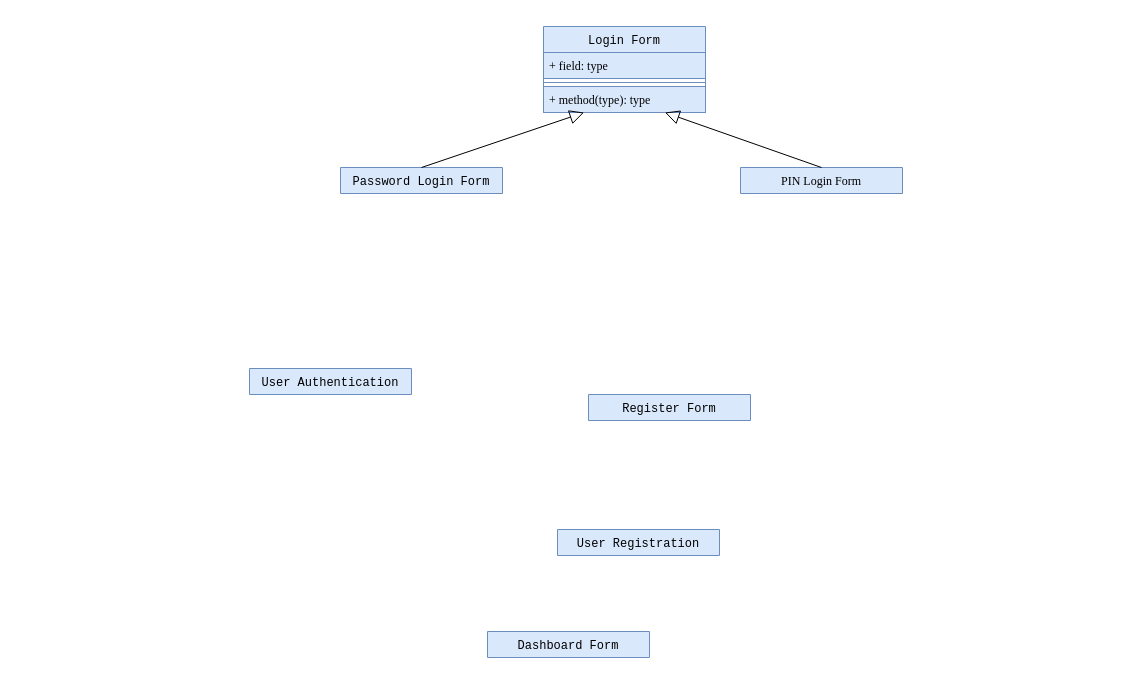
sas-arkadiusz/UPerfin keeps this draw.io diagram as Documentation/Class Diagram/Class Diagram.drawio. Above is the earlier version. Source tidied: cells renumbered, new cells numbered last; positions are measured from the earlier drawing's top-left corner, leaving out a move shared by most shapes. Both pictures are drawn from the tidied source at 100%, with x=0, y=0 at pixel (249, 26).
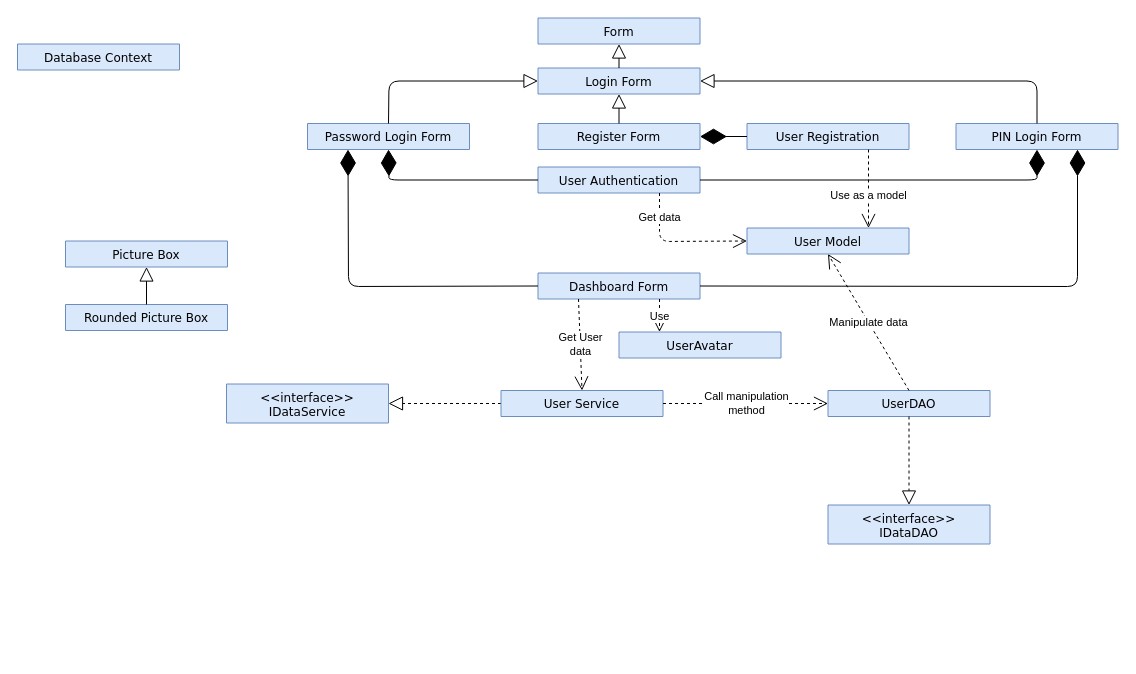
Above is the later version.

Commit message:
Updated Class Diagram -> User Model, DAO and Service

Diff of the diagram source:
```diff
@@
-    <mxCell id="2" value="Login Form" style="swimlane;fontStyle=0;align=center;verticalAlign=top;horizontal=1;startSize=26;fontFamily=Courier New;fillColor=#dae8fc;strokeColor=#6c8ebf;fontSize=12;" parent="1" vertex="1">
-      <mxGeometry x="294" width="162" height="86" as="geometry" />
+    <mxCell id="2" value="Login Form" style="swimlane;fontStyle=0;align=center;verticalAlign=top;horizontal=1;startSize=26;fontFamily=Verdana;fillColor=#dae8fc;strokeColor=#6c8ebf;fontSize=12;" parent="1" vertex="1" collapsed="1">
+      <mxGeometry x="288.5" y="41.5" width="162" height="26" as="geometry" />
     </mxCell>
-    <mxCell id="3" value="+ field: type" style="text;strokeColor=#6c8ebf;fillColor=#dae8fc;align=left;verticalAlign=top;spacingLeft=4;spacingRight=4;overflow=hidden;fontSize=12;fontFamily=Garamond;" parent="2" vertex="1">
-      <mxGeometry y="26" width="162" height="26" as="geometry" />
-    </mxCell>
-    <mxCell id="4" style="line;strokeWidth=1;fillColor=#dae8fc;align=left;verticalAlign=middle;spacingTop=-1;spacingLeft=3;spacingRight=3;labelPosition=right;strokeColor=#6c8ebf;fontSize=12;fontFamily=Garamond;" parent="2" vertex="1">
-      <mxGeometry y="52" width="162" height="8" as="geometry" />
-    </mxCell>
-    <mxCell id="5" value="+ method(type): type" style="text;strokeColor=#6c8ebf;fillColor=#dae8fc;align=left;verticalAlign=top;spacingLeft=4;spacingRight=4;overflow=hidden;fontSize=12;fontFamily=Garamond;" parent="2" vertex="1">
-      <mxGeometry y="60" width="162" height="26" as="geometry" />
-    </mxCell>
-    <mxCell id="6" value="Password Login Form" style="swimlane;fontStyle=0;align=center;verticalAlign=top;horizontal=1;startSize=26;fontFamily=Courier New;fillColor=#dae8fc;strokeColor=#6c8ebf;fontSize=12;" parent="1" vertex="1" collapsed="1">
-      <mxGeometry x="91" y="141" width="162" height="26" as="geometry" />
+    <mxCell id="6" value="Password Login Form" style="swimlane;fontStyle=0;align=center;verticalAlign=top;horizontal=1;startSize=26;fontFamily=Verdana;fillColor=#dae8fc;strokeColor=#6c8ebf;fontSize=12;" parent="1" vertex="1" collapsed="1">
+      <mxGeometry x="58" y="97" width="162" height="26" as="geometry" />
     </mxCell>
-    <mxCell id="7" value="PIN Login Form" style="swimlane;fontStyle=0;align=center;verticalAlign=top;horizontal=1;startSize=26;fontFamily=Garamond;fillColor=#dae8fc;strokeColor=#6c8ebf;fontSize=12;" parent="1" vertex="1" collapsed="1">
-      <mxGeometry x="491" y="141" width="162" height="26" as="geometry" />
+    <mxCell id="7" value="PIN Login Form" style="swimlane;fontStyle=0;align=center;verticalAlign=top;horizontal=1;startSize=26;fontFamily=Verdana;fillColor=#dae8fc;strokeColor=#6c8ebf;fontSize=12;" parent="1" vertex="1" collapsed="1">
+      <mxGeometry x="706.5" y="97" width="162" height="26" as="geometry" />
     </mxCell>
-    <mxCell id="8" style="endArrow=block;endFill=0;endSize=12;html=1;fontFamily=Courier New;fontSize=12;entryX=0.25;entryY=1;entryDx=0;entryDy=0;exitX=0.5;exitY=0;exitDx=0;exitDy=0;" parent="1" edge="1" source="6" target="2">
-      <mxGeometry relative="1" as="geometry" />
+    <mxCell id="8" style="endArrow=block;endFill=0;endSize=12;html=1;fontFamily=Verdana;fontSize=12;entryX=0;entryY=0.5;entryDx=0;entryDy=0;exitX=0.5;exitY=0;exitDx=0;exitDy=0;" parent="1" edge="1" source="6" target="2">
+      <mxGeometry relative="1" as="geometry">
+        <Array as="points">
+          <mxPoint x="139.5" y="54.5" />
+        </Array>
+      </mxGeometry>
     </mxCell>
-    <mxCell id="9" style="endArrow=block;endFill=0;endSize=12;html=1;fontFamily=Courier New;fontSize=12;entryX=0.75;entryY=1;entryDx=0;entryDy=0;exitX=0.5;exitY=0;exitDx=0;exitDy=0;" parent="1" edge="1" source="7" target="2">
-      <mxGeometry relative="1" as="geometry" />
+    <mxCell id="9" style="endArrow=block;endFill=0;endSize=12;html=1;fontFamily=Verdana;fontSize=12;entryX=1;entryY=0.5;entryDx=0;entryDy=0;exitX=0.5;exitY=0;exitDx=0;exitDy=0;" parent="1" edge="1" source="7" target="2">
+      <mxGeometry relative="1" as="geometry">
+        <Array as="points">
+          <mxPoint x="787.5" y="54.5" />
+        </Array>
+      </mxGeometry>
     </mxCell>
-    <mxCell id="10" value="User Authentication" style="swimlane;fontStyle=0;align=center;verticalAlign=top;horizontal=1;startSize=26;fontFamily=Courier New;fillColor=#dae8fc;strokeColor=#6c8ebf;fontSize=12;" parent="1" vertex="1" collapsed="1">
-      <mxGeometry y="342" width="162" height="26" as="geometry" />
+    <mxCell id="10" value="User Authentication" style="swimlane;fontStyle=0;align=center;verticalAlign=top;horizontal=1;startSize=26;fontFamily=Verdana;fillColor=#dae8fc;strokeColor=#6c8ebf;fontSize=12;" parent="1" vertex="1" collapsed="1">
+      <mxGeometry x="288.5" y="140.5" width="162" height="26" as="geometry" />
     </mxCell>
-    <mxCell id="11" value="Register Form" style="swimlane;fontStyle=0;align=center;verticalAlign=top;horizontal=1;startSize=26;fontFamily=Courier New;fillColor=#dae8fc;strokeColor=#6c8ebf;fontSize=12;" parent="1" vertex="1" collapsed="1">
-      <mxGeometry x="339" y="368" width="162" height="26" as="geometry" />
+    <mxCell id="11" value="Register Form" style="swimlane;fontStyle=0;align=center;verticalAlign=top;horizontal=1;startSize=26;fontFamily=Verdana;fillColor=#dae8fc;strokeColor=#6c8ebf;fontSize=12;" parent="1" vertex="1" collapsed="1">
+      <mxGeometry x="288.5" y="97" width="162" height="26" as="geometry" />
     </mxCell>
-    <mxCell id="12" value="User Registration" style="swimlane;fontStyle=0;align=center;verticalAlign=top;horizontal=1;startSize=26;fontFamily=Courier New;fillColor=#dae8fc;strokeColor=#6c8ebf;fontSize=12;" parent="1" vertex="1" collapsed="1">
-      <mxGeometry x="308" y="503" width="162" height="26" as="geometry" />
+    <mxCell id="12" value="User Registration" style="swimlane;fontStyle=0;align=center;verticalAlign=top;horizontal=1;startSize=26;fontFamily=Verdana;fillColor=#dae8fc;strokeColor=#6c8ebf;fontSize=12;" parent="1" vertex="1" collapsed="1">
+      <mxGeometry x="497.5" y="97" width="162" height="26" as="geometry" />
     </mxCell>
-    <mxCell id="13" value="Dashboard Form" style="swimlane;fontStyle=0;align=center;verticalAlign=top;horizontal=1;startSize=26;fontFamily=Courier New;fillColor=#dae8fc;strokeColor=#6c8ebf;fontSize=12;" parent="1" vertex="1" collapsed="1">
-      <mxGeometry x="238" y="605" width="162" height="26" as="geometry" />
+    <mxCell id="13" value="Dashboard Form" style="swimlane;fontStyle=0;align=center;verticalAlign=top;horizontal=1;startSize=26;fontFamily=Verdana;fillColor=#dae8fc;strokeColor=#6c8ebf;fontSize=12;" parent="1" vertex="1" collapsed="1">
+      <mxGeometry x="288.5" y="246.5" width="162" height="26" as="geometry" />
     </mxCell>
+    <mxCell id="14" style="endArrow=diamondThin;endFill=1;endSize=24;html=1;entryX=0.5;entryY=1;entryDx=0;entryDy=0;exitX=0;exitY=0.5;exitDx=0;exitDy=0;" parent="1" edge="1" source="10" target="6">
+      <mxGeometry relative="1" as="geometry">
+        <Array as="points">
+          <mxPoint x="139.5" y="153.5" />
+        </Array>
+      </mxGeometry>
+    </mxCell>
+    <mxCell id="15" style="endArrow=diamondThin;endFill=1;endSize=24;html=1;entryX=0.5;entryY=1;entryDx=0;entryDy=0;exitX=1;exitY=0.5;exitDx=0;exitDy=0;" parent="1" edge="1" source="10" target="7">
+      <mxGeometry relative="1" as="geometry">
+        <Array as="points">
+          <mxPoint x="787.5" y="153.5" />
+        </Array>
+      </mxGeometry>
+    </mxCell>
+    <mxCell id="16" style="endArrow=block;endFill=0;endSize=12;html=1;fontFamily=Verdana;fontSize=12;entryX=0.5;entryY=1;entryDx=0;entryDy=0;exitX=0.5;exitY=0;exitDx=0;exitDy=0;" parent="1" edge="1" source="11" target="2">
+      <mxGeometry relative="1" as="geometry" />
+    </mxCell>
+    <mxCell id="17" style="endArrow=diamondThin;endFill=1;endSize=24;html=1;entryX=1;entryY=0.5;entryDx=0;entryDy=0;exitX=0;exitY=0.5;exitDx=0;exitDy=0;" parent="1" edge="1" source="12" target="11">
+      <mxGeometry relative="1" as="geometry" />
+    </mxCell>
+    <mxCell id="18" value="Form&#10;" style="swimlane;fontStyle=0;align=center;verticalAlign=top;horizontal=1;startSize=26;fontFamily=Verdana;fillColor=#dae8fc;strokeColor=#6c8ebf;fontSize=12;" parent="1" vertex="1" collapsed="1">
+      <mxGeometry x="288.5" y="-8.5" width="162" height="26" as="geometry" />
+    </mxCell>
+    <mxCell id="19" style="endArrow=block;endFill=0;endSize=12;html=1;fontFamily=Verdana;fontSize=12;entryX=0.5;entryY=1;entryDx=0;entryDy=0;exitX=0.5;exitY=0;exitDx=0;exitDy=0;" parent="1" edge="1" source="2" target="18">
+      <mxGeometry relative="1" as="geometry" />
+    </mxCell>
+    <mxCell id="20" value="User Model" style="swimlane;fontStyle=0;align=center;verticalAlign=top;horizontal=1;startSize=26;fontFamily=Verdana;fillColor=#dae8fc;strokeColor=#6c8ebf;fontSize=12;" parent="1" vertex="1" collapsed="1">
+      <mxGeometry x="497.5" y="201.5" width="162" height="26" as="geometry" />
+    </mxCell>
+    <mxCell id="21" value="Use as a model" style="endArrow=open;endSize=12;dashed=1;html=1;exitX=0.75;exitY=1;exitDx=0;exitDy=0;entryX=0.75;entryY=0;entryDx=0;entryDy=0;" parent="1" edge="1" source="12" target="20">
+      <mxGeometry x="0.17" relative="1" as="geometry" />
+    </mxCell>
+    <mxCell id="22" value="Get data" style="endArrow=open;endSize=12;dashed=1;html=1;entryX=0;entryY=0.5;entryDx=0;entryDy=0;exitX=0.75;exitY=1;exitDx=0;exitDy=0;" parent="1" edge="1" source="10" target="20">
+      <mxGeometry x="-0.64" relative="1" as="geometry">
+        <Array as="points">
+          <mxPoint x="410" y="215" />
+        </Array>
+      </mxGeometry>
+    </mxCell>
+    <mxCell id="23" style="endArrow=diamondThin;endFill=1;endSize=24;html=1;entryX=0.25;entryY=1;entryDx=0;entryDy=0;exitX=0;exitY=0.5;exitDx=0;exitDy=0;" parent="1" edge="1" source="13" target="6">
+      <mxGeometry relative="1" as="geometry">
+        <Array as="points">
+          <mxPoint x="99" y="260" />
+        </Array>
+      </mxGeometry>
+    </mxCell>
+    <mxCell id="24" style="endArrow=diamondThin;endFill=1;endSize=24;html=1;entryX=0.75;entryY=1;entryDx=0;entryDy=0;exitX=1;exitY=0.5;exitDx=0;exitDy=0;" parent="1" edge="1" source="13" target="7">
+      <mxGeometry relative="1" as="geometry">
+        <Array as="points">
+          <mxPoint x="828" y="260" />
+        </Array>
+      </mxGeometry>
+    </mxCell>
+    <mxCell id="25" value="Database Context" style="swimlane;fontStyle=0;align=center;verticalAlign=top;horizontal=1;startSize=26;fontFamily=Verdana;fillColor=#dae8fc;strokeColor=#6c8ebf;fontSize=12;" parent="1" vertex="1" collapsed="1">
+      <mxGeometry x="-232" y="17.5" width="162" height="26" as="geometry" />
+    </mxCell>
+    <mxCell id="26" value="Rounded Picture Box" style="swimlane;fontStyle=0;align=center;verticalAlign=top;horizontal=1;startSize=26;fontFamily=Verdana;fillColor=#dae8fc;strokeColor=#6c8ebf;fontSize=12;" parent="1" vertex="1" collapsed="1">
+      <mxGeometry x="-184" y="278" width="162" height="26" as="geometry" />
+    </mxCell>
+    <mxCell id="27" value="Picture Box" style="swimlane;fontStyle=0;align=center;verticalAlign=top;horizontal=1;startSize=26;fontFamily=Verdana;fillColor=#dae8fc;strokeColor=#6c8ebf;fontSize=12;" parent="1" vertex="1" collapsed="1">
+      <mxGeometry x="-184" y="214.5" width="162" height="26" as="geometry" />
+    </mxCell>
+    <mxCell id="28" style="endArrow=block;endFill=0;endSize=12;html=1;fontFamily=Verdana;fontSize=12;entryX=0.5;entryY=1;entryDx=0;entryDy=0;exitX=0.5;exitY=0;exitDx=0;exitDy=0;" parent="1" edge="1" source="26" target="27">
+      <mxGeometry relative="1" as="geometry" />
+    </mxCell>
+    <mxCell id="29" value="&lt;&lt;interface&gt;&gt;&#10;IDataService" style="swimlane;fontStyle=0;align=center;verticalAlign=top;horizontal=1;startSize=44;fontFamily=Verdana;fillColor=#dae8fc;strokeColor=#6c8ebf;fontSize=12;" parent="1" vertex="1" collapsed="1">
+      <mxGeometry x="-23" y="357.5" width="162" height="39" as="geometry" />
+    </mxCell>
+    <mxCell id="30" style="endArrow=block;dashed=1;endFill=0;endSize=12;html=1;entryX=1;entryY=0.5;entryDx=0;entryDy=0;exitX=0;exitY=0.5;exitDx=0;exitDy=0;" parent="1" edge="1" source="31" target="29">
+      <mxGeometry relative="1" as="geometry" />
+    </mxCell>
+    <mxCell id="31" value="User Service" style="swimlane;fontStyle=0;align=center;verticalAlign=top;horizontal=1;startSize=26;fontFamily=Verdana;fillColor=#dae8fc;strokeColor=#6c8ebf;fontSize=12;" parent="1" vertex="1" collapsed="1">
+      <mxGeometry x="251.5" y="364" width="162" height="26" as="geometry" />
+    </mxCell>
+    <mxCell id="32" value="UserAvatar" style="swimlane;fontStyle=0;align=center;verticalAlign=top;horizontal=1;startSize=26;fontFamily=Verdana;fillColor=#dae8fc;strokeColor=#6c8ebf;fontSize=12;" parent="1" vertex="1" collapsed="1">
+      <mxGeometry x="369.5" y="305.5" width="162" height="26" as="geometry" />
+    </mxCell>
+    <mxCell id="33" value="Use" style="endArrow=open;endSize=12;dashed=1;html=1;exitX=0.75;exitY=1;exitDx=0;exitDy=0;entryX=0.25;entryY=0;entryDx=0;entryDy=0;" parent="1" edge="1" source="13" target="32">
+      <mxGeometry relative="1" as="geometry" />
+    </mxCell>
+    <mxCell id="34" value="&lt;&lt;interface&gt;&gt;&#10;IDataDAO" style="swimlane;fontStyle=0;align=center;verticalAlign=top;horizontal=1;startSize=44;fontFamily=Verdana;fillColor=#dae8fc;strokeColor=#6c8ebf;fontSize=12;" parent="1" vertex="1" collapsed="1">
+      <mxGeometry x="578.5" y="478.5" width="162" height="39" as="geometry" />
+    </mxCell>
+    <mxCell id="35" value="UserDAO" style="swimlane;fontStyle=0;align=center;verticalAlign=top;horizontal=1;startSize=26;fontFamily=Verdana;fillColor=#dae8fc;strokeColor=#6c8ebf;fontSize=12;" parent="1" vertex="1" collapsed="1">
+      <mxGeometry x="578.5" y="364" width="162" height="26" as="geometry" />
+    </mxCell>
+    <mxCell id="36" style="endArrow=block;dashed=1;endFill=0;endSize=12;html=1;entryX=0.5;entryY=0;entryDx=0;entryDy=0;exitX=0.5;exitY=1;exitDx=0;exitDy=0;" parent="1" edge="1" source="35" target="34">
+      <mxGeometry relative="1" as="geometry" />
+    </mxCell>
+    <mxCell id="37" value="Call manipulation&lt;br&gt;method" style="endArrow=open;endSize=12;dashed=1;html=1;exitX=1;exitY=0.5;exitDx=0;exitDy=0;entryX=0;entryY=0.5;entryDx=0;entryDy=0;" parent="1" edge="1" source="31" target="35">
+      <mxGeometry relative="1" as="geometry" />
+    </mxCell>
+    <mxCell id="38" value="Manipulate data" style="endArrow=open;endSize=12;dashed=1;html=1;exitX=0.5;exitY=0;exitDx=0;exitDy=0;entryX=0.5;entryY=1;entryDx=0;entryDy=0;" parent="1" edge="1" source="35" target="20">
+      <mxGeometry relative="1" as="geometry" />
+    </mxCell>
+    <mxCell id="39" value="Get User&lt;br&gt;data" style="endArrow=open;endSize=12;dashed=1;html=1;exitX=0.25;exitY=1;exitDx=0;exitDy=0;entryX=0.5;entryY=0;entryDx=0;entryDy=0;" parent="1" edge="1" source="13" target="31">
+      <mxGeometry relative="1" as="geometry" />
+    </mxCell>
```
